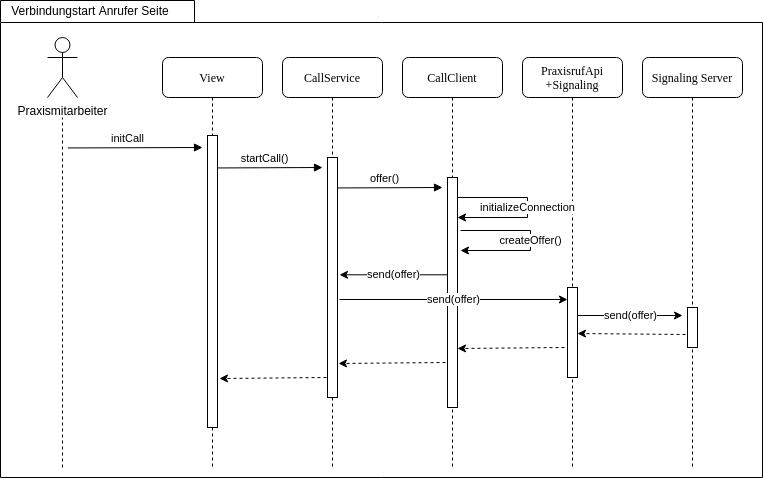
jsvilling/IP6_Bachelorarbeit_Bericht_Cloudbasiertes_Praxisrufsystem keeps this draw.io diagram as src/graphics/diagramms/Sequence_MobileClient_Caller_Signaling.drawio.png. Above is the earlier version. Source tidied: cells renumbered, new cells last; positions are measured from the earlier drawing's top-left corner, leaving out a move shared by most shapes.
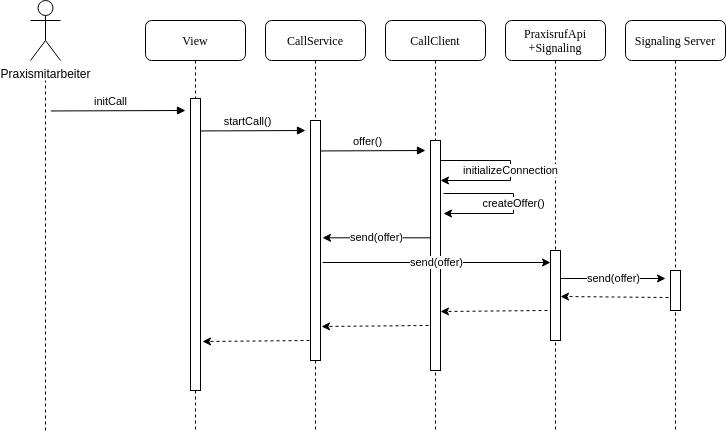
After the change.

What changed in the source:
```diff
@@ -2,9 +2,6 @@
   <root>
     <mxCell id="0" />
     <mxCell id="1" parent="0" />
-    <mxCell id="2" style="shape=folder;fontStyle=1;spacingTop=10;tabWidth=194;tabHeight=22;tabPosition=left;html=1;rounded=0;shadow=0;comic=0;labelBackgroundColor=none;strokeWidth=1;fillColor=none;fontFamily=Verdana;fontSize=10;align=center;" parent="1" vertex="1">
-      <mxGeometry width="762" height="477" as="geometry" />
-    </mxCell>
     <mxCell id="3" value="View" style="shape=umlLifeline;perimeter=lifelinePerimeter;whiteSpace=wrap;html=1;rounded=1;shadow=0;comic=0;labelBackgroundColor=none;strokeWidth=1;fontFamily=Verdana;fontSize=12;align=center;" parent="1" vertex="1">
       <mxGeometry x="162" y="57" width="100" height="410" as="geometry" />
     </mxCell>
@@ -56,9 +53,6 @@
         <mxPoint x="202" y="147" as="targetPoint" />
       </mxGeometry>
     </mxCell>
-    <mxCell id="14" value="Verbindungstart Anrufer Seite" style="text;html=1;strokeColor=none;fillColor=none;align=center;verticalAlign=middle;whiteSpace=wrap;rounded=0;" parent="1" vertex="1">
-      <mxGeometry width="180" height="20" as="geometry" />
-    </mxCell>
     <mxCell id="15" style="endArrow=none;dashed=1;html=1;strokeWidth=1;startArrow=none;" parent="1" edge="1">
       <mxGeometry relative="1" as="geometry">
         <mxPoint x="62" y="467" as="sourcePoint" />
```
